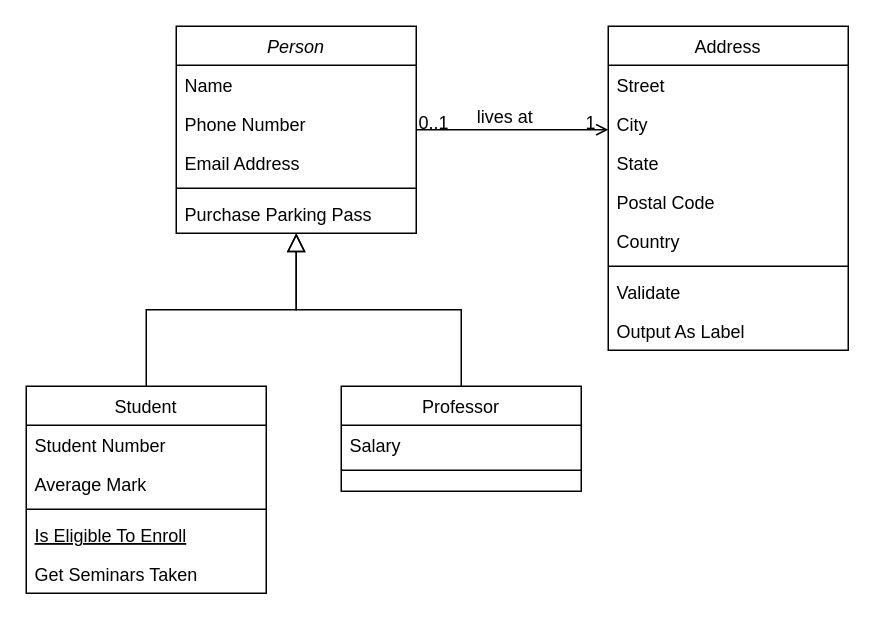
Above: images/未命名绘图.drawio in yuduobing/a004 (draw.io), before the change. Source tidied: cells renumbered, new cells numbered last; positions are measured from the earlier drawing's top-left corner, leaving out a move shared by most shapes. Both pictures are drawn from the tidied source at 150%, with x=0, y=0 at pixel (26, 26).
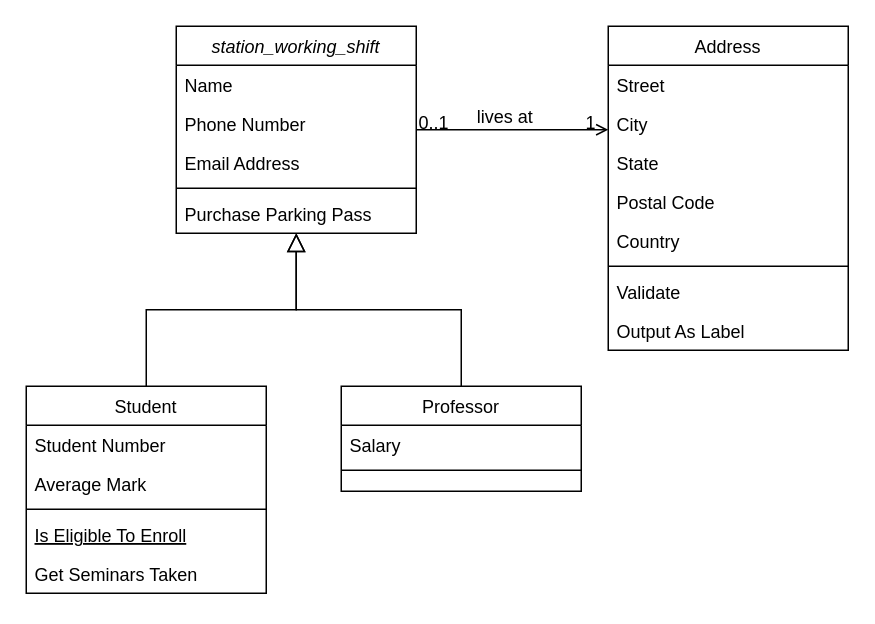
After the change.

Commit message:
更新未命名绘图.drawio

Change to the diagram source:
```diff
@@
-    <mxCell id="2" value="Person" style="swimlane;fontStyle=2;align=center;verticalAlign=top;horizontal=1;startSize=26;rounded=0;shadow=0;strokeWidth=1;" parent="1" vertex="1">
+    <mxCell id="2" value="station_working_shift" style="swimlane;fontStyle=2;align=center;verticalAlign=top;horizontal=1;startSize=26;rounded=0;shadow=0;strokeWidth=1;" parent="1" vertex="1">
       <mxGeometry x="100" width="160" height="138" as="geometry" />
     </mxCell>
```
